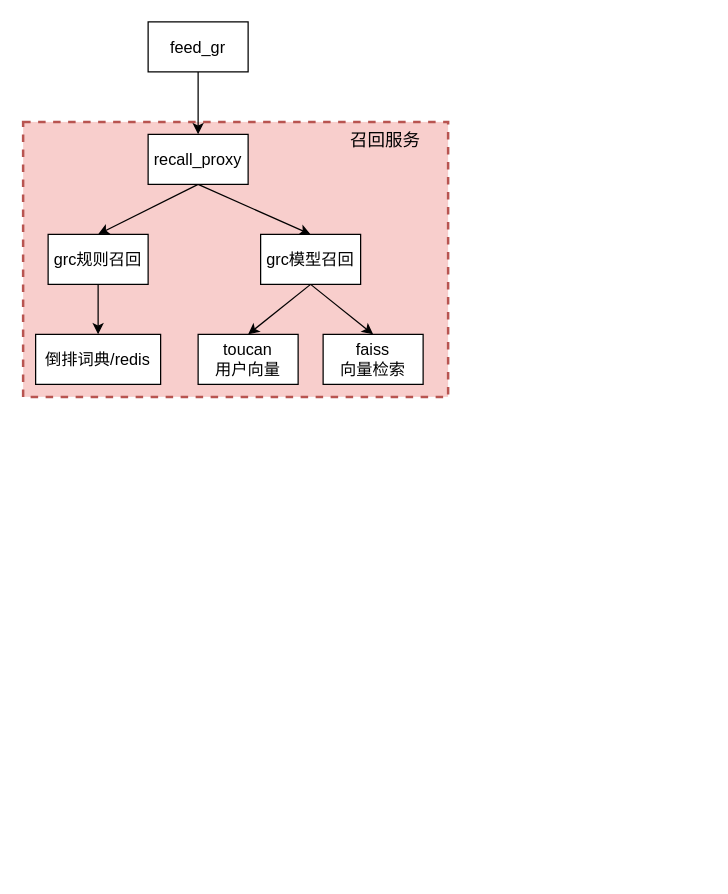
Before: page "第 10 页" (9 of 10) of 推荐系统整体架构.drawio in yantao006/draw_io, a draw.io diagram. Source tidied: cells renumbered, new cells numbered last; positions are measured from the earlier drawing's top-left corner, leaving out a move shared by most shapes. Both pictures are drawn from the tidied source at 125%, with x=0, y=0 at pixel (22, 21).
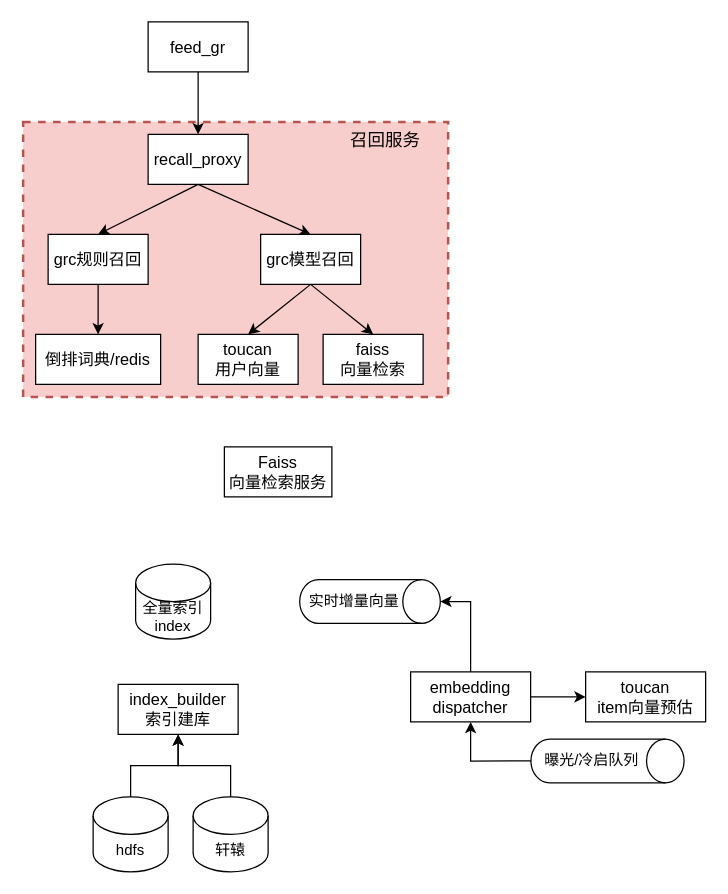
Above is the later version.

Commit message (it also covers changes not shown here):
更新推荐系统整体架构.drawio

The edit, as a diff of the source:
```diff
@@
+    <mxCell id="17" value="&lt;span style=&quot;font-size: 13px;&quot;&gt;index_builder&lt;/span&gt;&lt;div&gt;&lt;span style=&quot;font-size: 13px;&quot;&gt;索引建库&lt;/span&gt;&lt;/div&gt;" style="rounded=0;whiteSpace=wrap;html=1;" parent="1" vertex="1">
+      <mxGeometry x="76" y="530" width="96" height="40" as="geometry" />
+    </mxCell>
+    <mxCell id="18" value="&lt;div&gt;&lt;span style=&quot;font-size: 13px;&quot;&gt;toucan&lt;/span&gt;&lt;/div&gt;&lt;span style=&quot;font-size: 13px;&quot;&gt;item向量预估&lt;/span&gt;" style="rounded=0;whiteSpace=wrap;html=1;" parent="1" vertex="1">
+      <mxGeometry x="450" y="520" width="96" height="40" as="geometry" />
+    </mxCell>
+    <mxCell id="19" style="edgeStyle=orthogonalEdgeStyle;rounded=0;jettySize=auto;html=1;exitX=0.5;exitY=0;exitDx=0;exitDy=0;exitPerimeter=0;entryX=0.5;entryY=1;entryDx=0;entryDy=0;" parent="1" edge="1" source="20" target="17">
+      <mxGeometry relative="1" as="geometry" />
+    </mxCell>
+    <mxCell id="20" value="hdfs" style="shape=cylinder3;whiteSpace=wrap;html=1;boundedLbl=1;backgroundOutline=1;size=15;" parent="1" vertex="1">
+      <mxGeometry x="56" y="620" width="60" height="60" as="geometry" />
+    </mxCell>
+    <mxCell id="21" style="edgeStyle=orthogonalEdgeStyle;rounded=0;jettySize=auto;html=1;exitX=0.5;exitY=0;exitDx=0;exitDy=0;exitPerimeter=0;entryX=0.5;entryY=1;entryDx=0;entryDy=0;" parent="1" edge="1" source="22" target="17">
+      <mxGeometry relative="1" as="geometry" />
+    </mxCell>
+    <mxCell id="22" value="轩辕" style="shape=cylinder3;whiteSpace=wrap;html=1;boundedLbl=1;backgroundOutline=1;size=15;" parent="1" vertex="1">
+      <mxGeometry x="136" y="620" width="60" height="60" as="geometry" />
+    </mxCell>
+    <mxCell id="23" style="edgeStyle=orthogonalEdgeStyle;rounded=0;jettySize=auto;html=1;exitX=0.5;exitY=1;exitDx=0;exitDy=0;exitPerimeter=0;entryX=0.5;entryY=1;entryDx=0;entryDy=0;" parent="1" edge="1" source="24" target="26">
+      <mxGeometry relative="1" as="geometry" />
+    </mxCell>
+    <mxCell id="24" value="曝光/冷启队列" style="shape=cylinder3;whiteSpace=wrap;html=1;boundedLbl=1;backgroundOutline=1;size=15;rotation=90;textDirection=ltr;verticalAlign=middle;horizontal=0;" parent="1" vertex="1">
+      <mxGeometry x="450" y="530" width="35" height="122.5" as="geometry" />
+    </mxCell>
+    <mxCell id="25" style="edgeStyle=orthogonalEdgeStyle;rounded=0;jettySize=auto;html=1;exitX=1;exitY=0.5;exitDx=0;exitDy=0;" parent="1" edge="1" source="26" target="18">
+      <mxGeometry relative="1" as="geometry" />
+    </mxCell>
+    <mxCell id="26" value="&lt;span style=&quot;font-size: 13px;&quot;&gt;embedding&lt;/span&gt;&lt;div&gt;&lt;span style=&quot;font-size: 13px;&quot;&gt;dispatcher&lt;/span&gt;&lt;/div&gt;" style="rounded=0;whiteSpace=wrap;html=1;" parent="1" vertex="1">
+      <mxGeometry x="310" y="520" width="96" height="40" as="geometry" />
+    </mxCell>
+    <mxCell id="27" value="&lt;div&gt;&lt;span style=&quot;font-size: 13px;&quot;&gt;Faiss&lt;/span&gt;&lt;/div&gt;&lt;span style=&quot;font-size: 13px;&quot;&gt;向量检索服务&lt;/span&gt;" style="rounded=0;whiteSpace=wrap;html=1;" parent="1" vertex="1">
+      <mxGeometry x="161" y="340" width="86" height="40" as="geometry" />
+    </mxCell>
+    <mxCell id="28" value="实时增量向量" style="shape=cylinder3;whiteSpace=wrap;html=1;boundedLbl=1;backgroundOutline=1;size=15;rotation=90;textDirection=ltr;verticalAlign=middle;horizontal=0;" parent="1" vertex="1">
+      <mxGeometry x="260" y="407.5" width="35" height="112.5" as="geometry" />
+    </mxCell>
+    <mxCell id="29" style="edgeStyle=orthogonalEdgeStyle;rounded=0;jettySize=auto;html=1;exitX=0.5;exitY=0;exitDx=0;exitDy=0;entryX=0.5;entryY=0;entryDx=0;entryDy=0;entryPerimeter=0;" parent="1" edge="1" source="26" target="28">
+      <mxGeometry relative="1" as="geometry" />
+    </mxCell>
+    <mxCell id="30" value="全量索引&lt;div&gt;index&lt;/div&gt;" style="shape=cylinder3;whiteSpace=wrap;html=1;boundedLbl=1;backgroundOutline=1;size=15;" parent="1" vertex="1">
+      <mxGeometry x="90" y="433.8" width="60" height="60" as="geometry" />
+    </mxCell>
```
